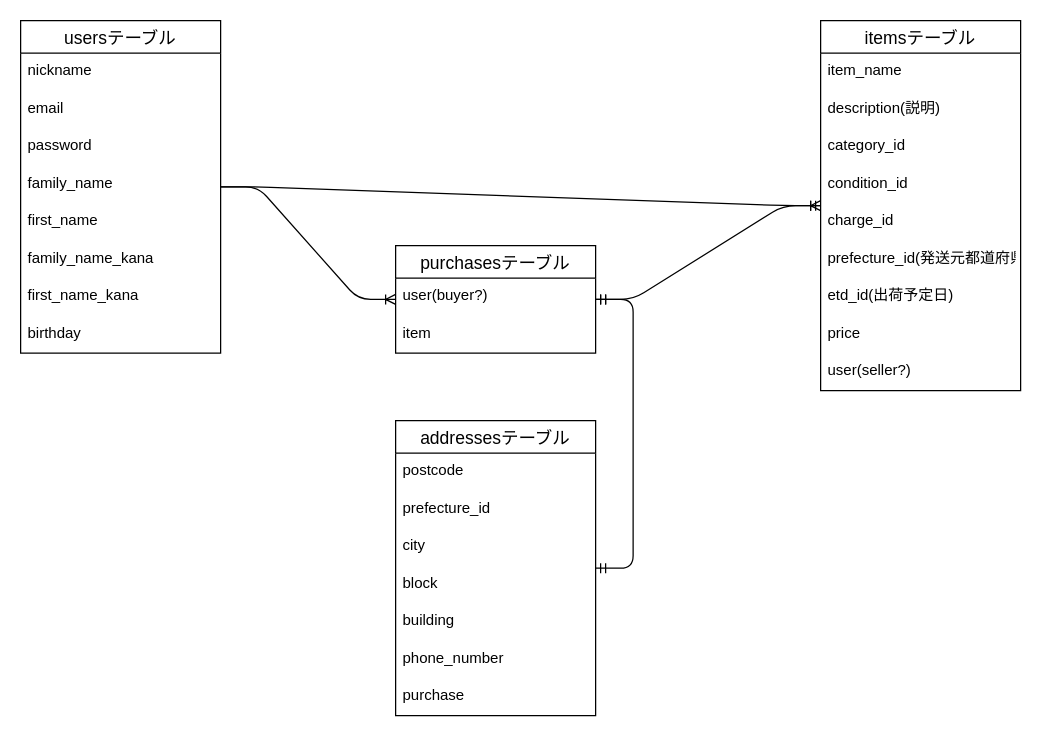
Earlier version of the draw.io diagram furima.dio (39980miki/furima-39980). Source tidied: cells renumbered, new cells numbered last; positions are measured from the earlier drawing's top-left corner, leaving out a move shared by most shapes. Both pictures are drawn from the tidied source at 125%, with x=0, y=0 at pixel (20, 20).
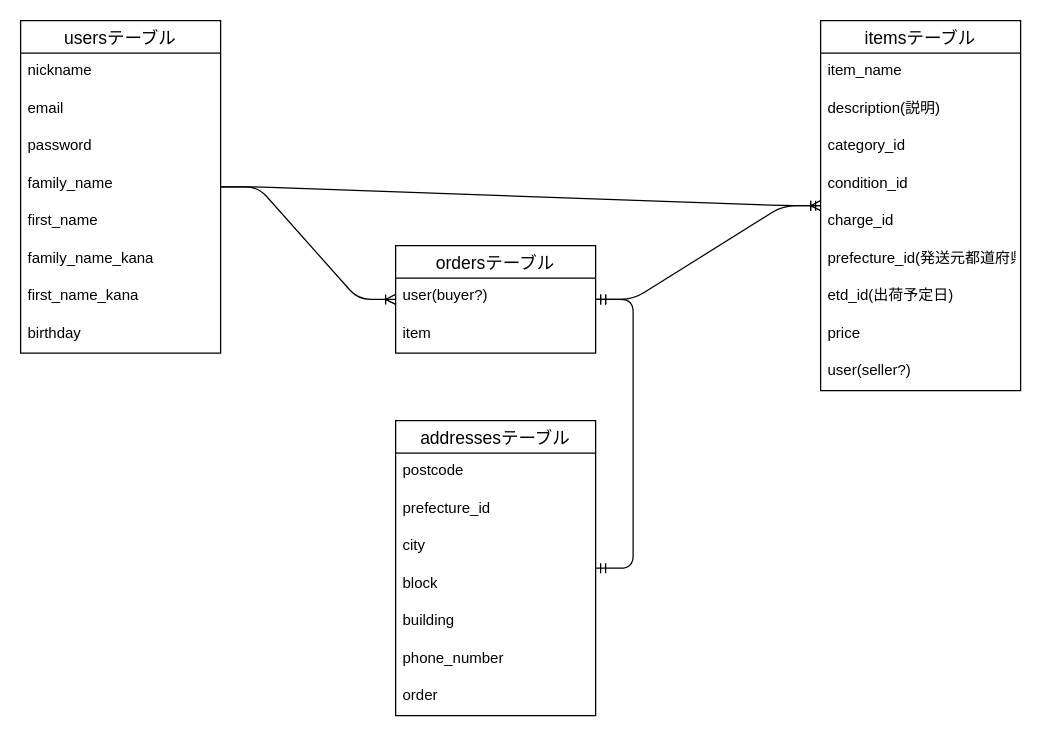
Above is the later version.

The change refers to these unchanged cells:
```xml
<mxCell id="24" value="addressesテーブル" style="swimlane;fontStyle=0;horizontal=1;startSize=26;align=center;fontSize=14;" parent="1" vertex="1">
  <mxGeometry x="300" y="320" width="160" height="236" as="geometry" />
</mxCell>
```

Diff of the diagram source:
```diff
@@
-    <mxCell id="21" value="purchasesテーブル" style="swimlane;fontStyle=0;horizontal=1;startSize=26;align=center;fontSize=14;" parent="1" vertex="1">
+    <mxCell id="21" value="ordersテーブル" style="swimlane;fontStyle=0;horizontal=1;startSize=26;align=center;fontSize=14;" parent="1" vertex="1">
       <mxGeometry x="300" y="180" width="160" height="86" as="geometry" />
     </mxCell>
@@
-    <mxCell id="31" value="purchase" style="text;strokeColor=none;fillColor=none;spacingLeft=4;spacingRight=4;overflow=hidden;fontSize=12;" parent="24" vertex="1">
+    <mxCell id="31" value="order" style="text;strokeColor=none;fillColor=none;spacingLeft=4;spacingRight=4;overflow=hidden;fontSize=12;" parent="24" vertex="1">
       <mxGeometry y="206" width="160" height="30" as="geometry" />
     </mxCell>
```
